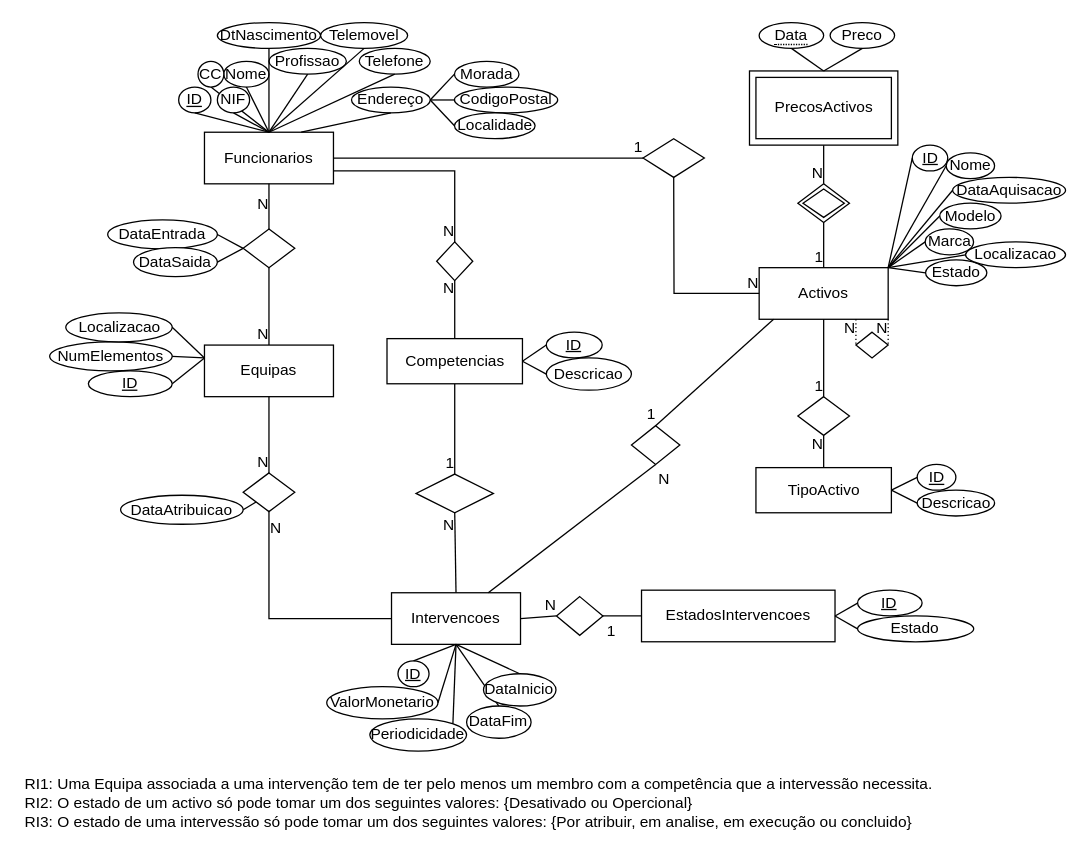
Before: Diagrama.drawio in JLuzioS/SI2A, a draw.io diagram. Source tidied: cells renumbered, new cells numbered last; positions are measured from the earlier drawing's top-left corner, leaving out a move shared by most shapes. Both pictures are drawn from the tidied source at 129%, with x=0, y=0 at pixel (22, 22).
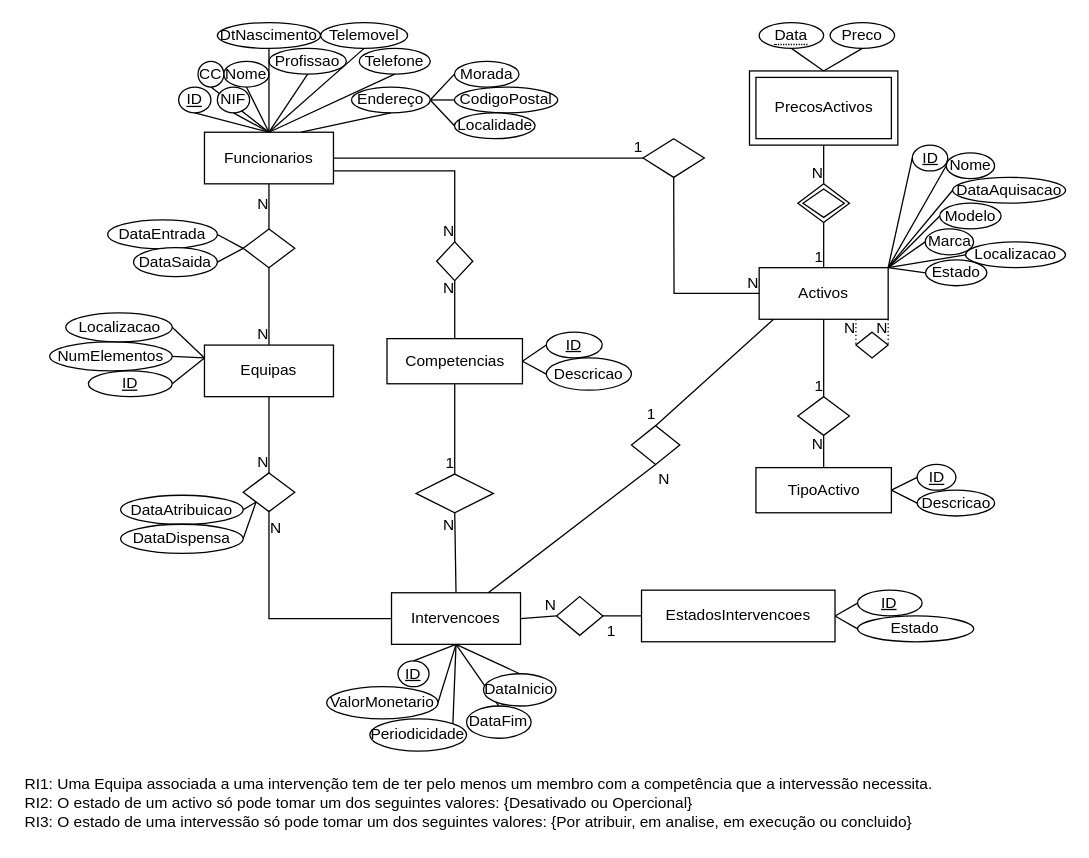
After the change.

Commit message:
feat: add DataAtribuicao and DataDispensa

Unchanged cells that the change refers to:
```xml
<mxCell id="36" style="shape=rhombus;perimeter=rhombusPerimeter;whiteSpace=wrap;html=1;align=center;" parent="1" vertex="1">
  <mxGeometry x="171" y="349.1" width="40" height="30" as="geometry" />
</mxCell>
```

Change to the diagram source:
```diff
@@
+    <mxCell id="138" value="DataDispensa" style="ellipse;whiteSpace=wrap;html=1;align=center;" parent="1" vertex="1">
+      <mxGeometry x="76" y="388.9" width="95" height="22.5" as="geometry" />
+    </mxCell>
+    <mxCell id="139" style="endArrow=none;html=1;rounded=0;exitX=0;exitY=1;exitDx=0;exitDy=0;entryX=1;entryY=0.5;entryDx=0;entryDy=0;" parent="1" edge="1" source="36" target="138">
+      <mxGeometry relative="1" as="geometry" />
+    </mxCell>
```
